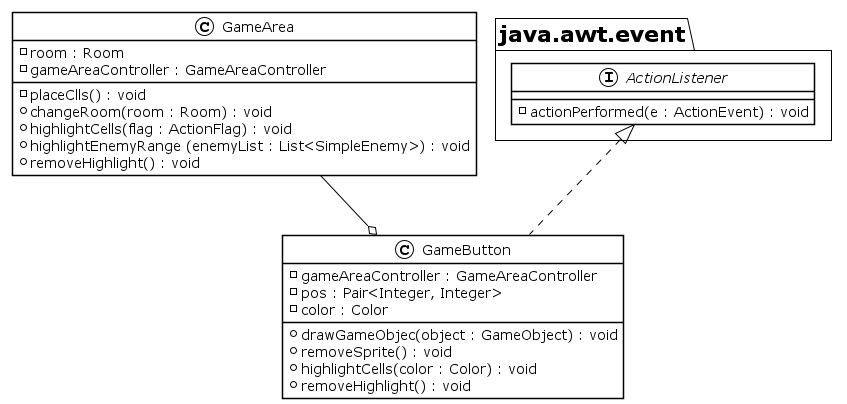
Earlier version of the PlantUML export img/uml/GameArea.png (CrazyPingu/OOP21-MAP).
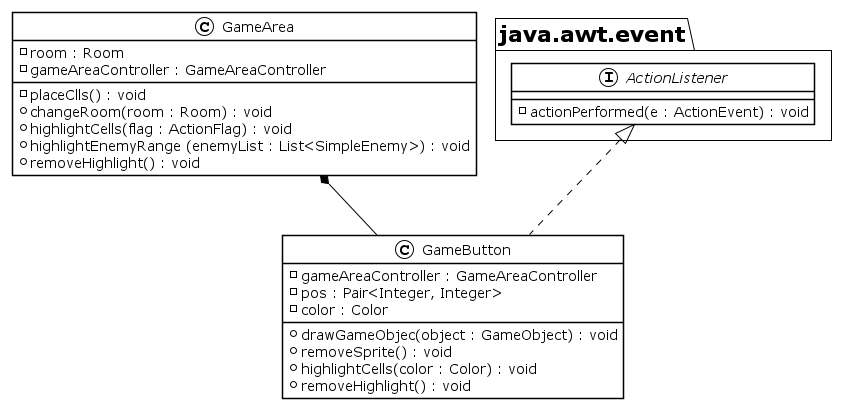
Above is the later version.

Change to the diagram source:
```diff
@@ -25,6 +25,6 @@
     - actionPerformed(e : ActionEvent) : void
 }
 
-GameArea --o GameButton
+GameArea *-- GameButton
 class GameButton implements java.awt.event.ActionListener
 @enduml
```
